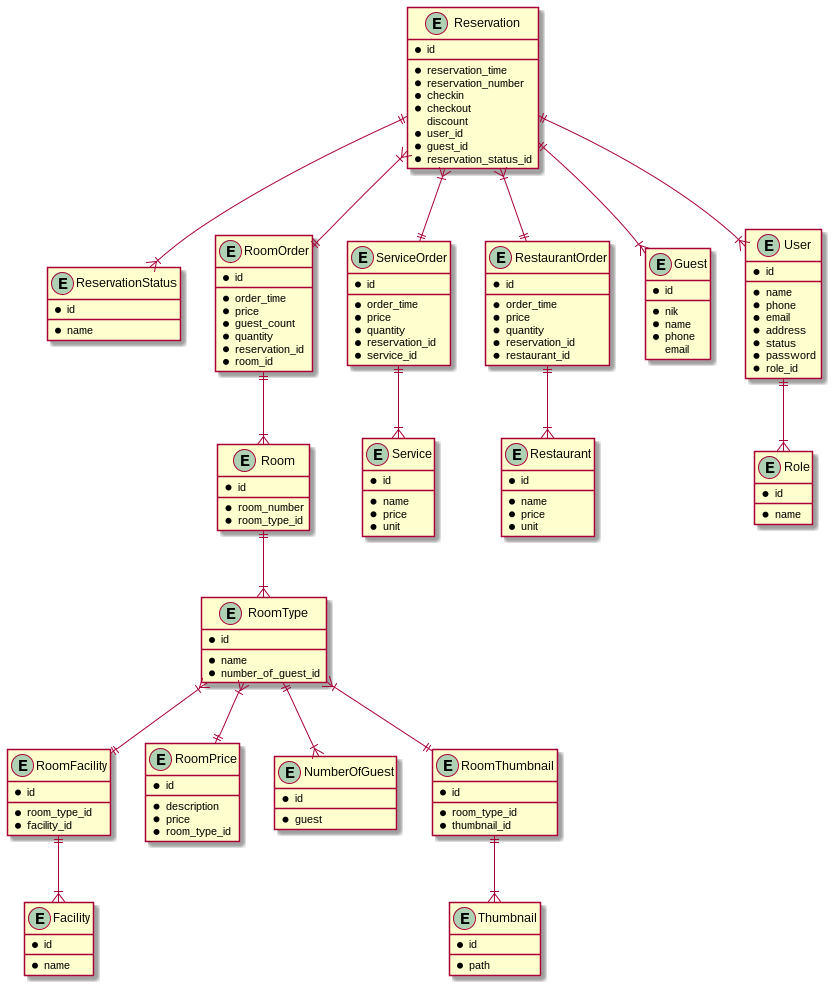
Earlier version of the PlantUML export designs/diagrams/database/Semuwainn.png (MuhammadIqbalAfandi/semuwainn).
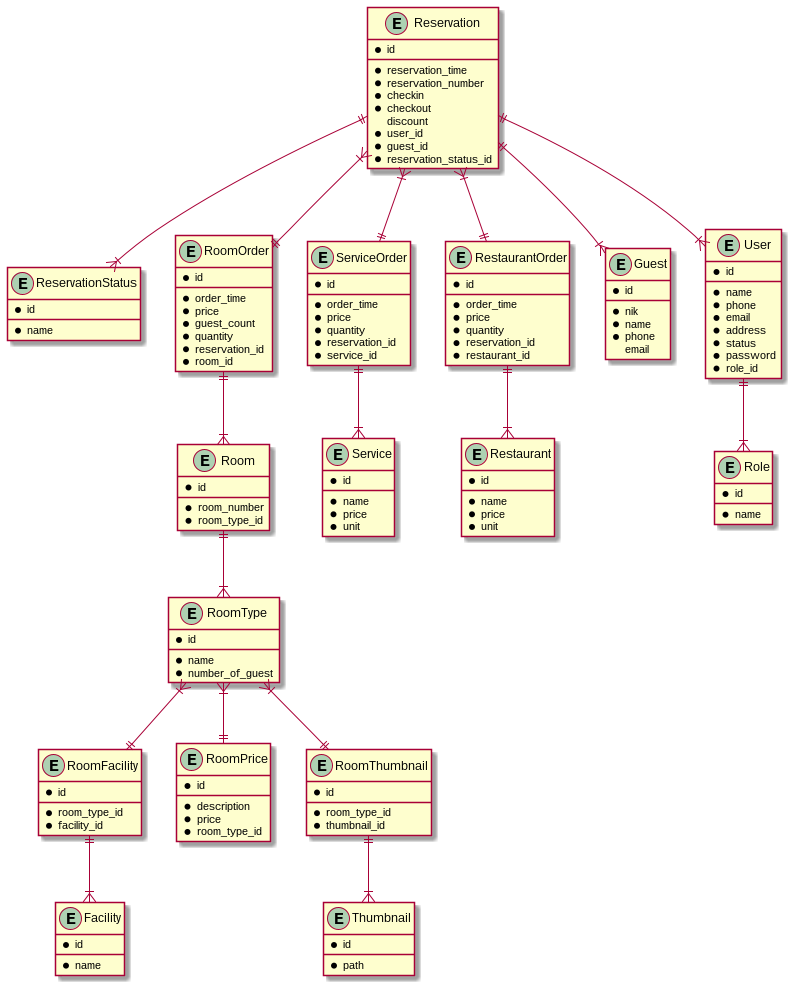
The same file after the commit.

Change to the diagram source:
```diff
@@ -110,7 +110,7 @@
     * id
     __
     * name
-    * number_of_guest_id
+    * number_of_guest
   }
 
   entity RoomPrice {
@@ -125,12 +125,6 @@
     * id
     __
     * name
-  }
-
-  entity NumberOfGuest {
-    * id
-    __
-    * guest
   }
 
   entity RoomThumbnail {
@@ -156,7 +150,6 @@
   Room ||--|{ RoomType
   RoomType }|--|| RoomPrice
   RoomType }|--|| RoomFacility
-  RoomType ||--|{ NumberOfGuest
   RoomType }|--|| RoomThumbnail
   RoomFacility ||--|{ Facility
   RoomThumbnail ||--|{ Thumbnail
```
